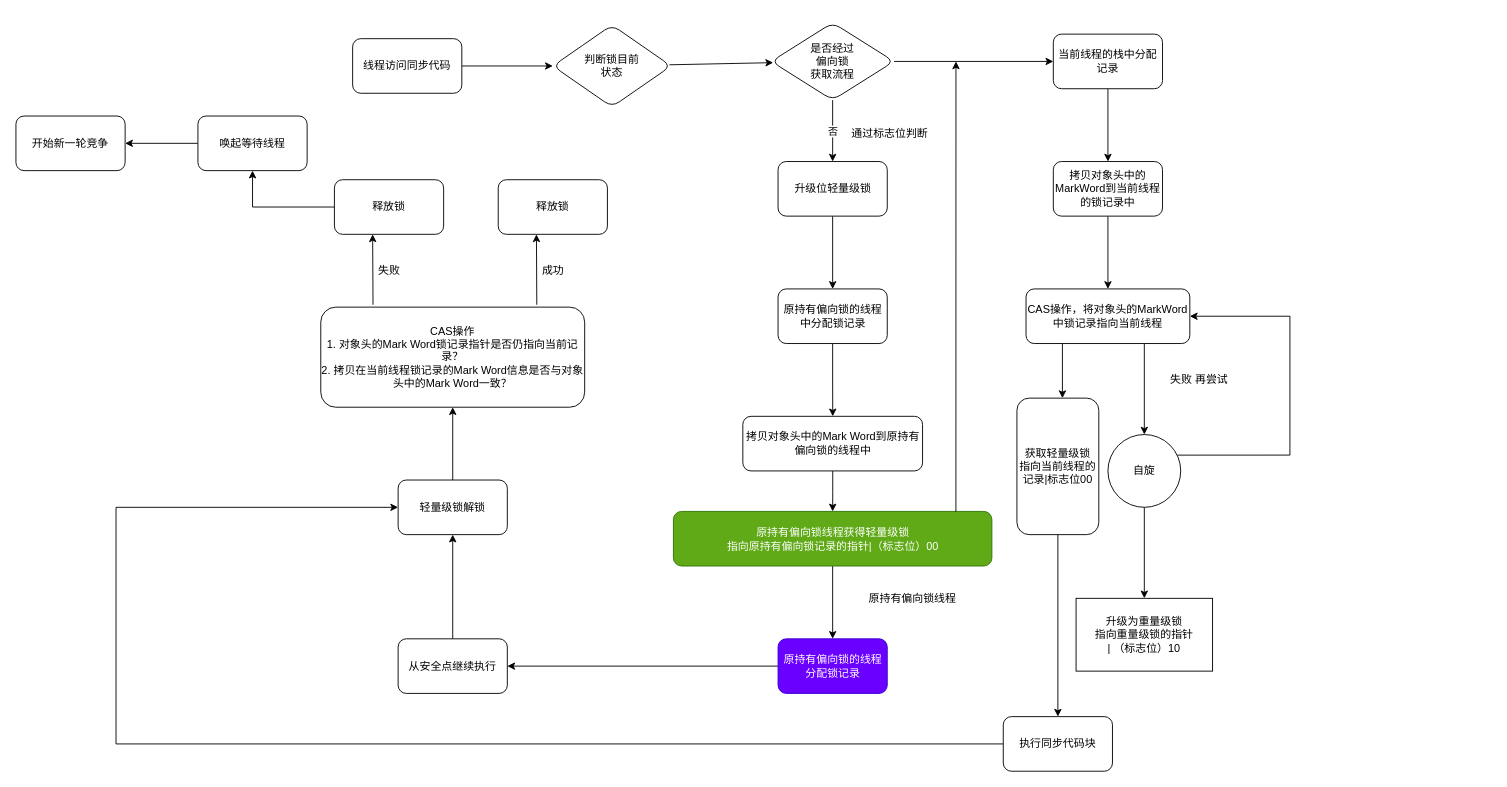
This is page "重量级锁的获取" (3 of 3) of 后端/javaBase/多线程/synchronized原理.drawio from chinazzl/myNote, a draw.io file, before an edit. Source tidied: cells renumbered, new cells numbered last; positions are measured from the earlier drawing's top-left corner, leaving out a move shared by most shapes. Both pictures are drawn from the tidied source at 91%, with x=0, y=0 at pixel (15, 23).
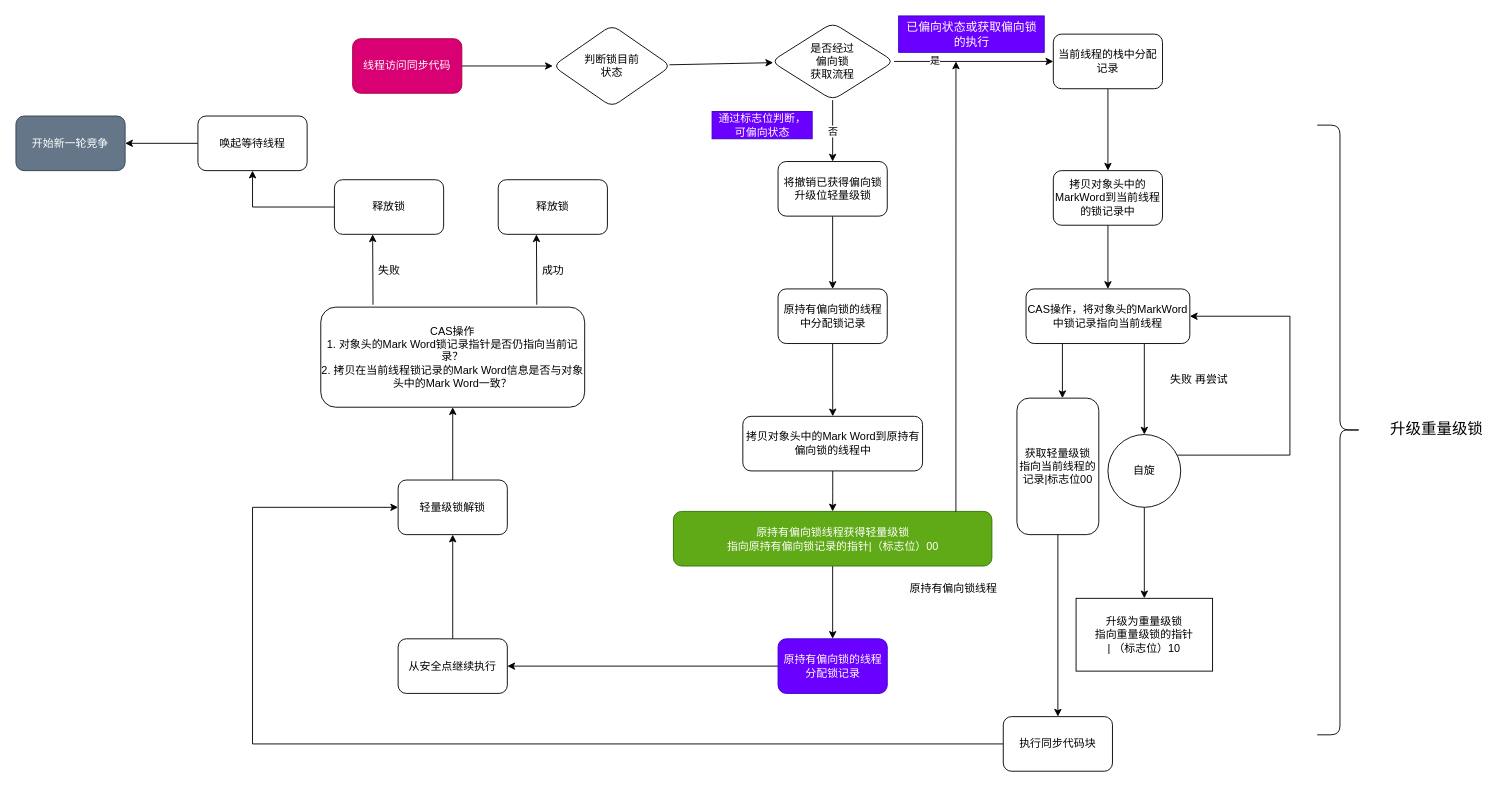
The same page after the edit.

The change refers to these unchanged cells:
```xml
<mxCell id="7" style="edgeStyle=none;html=1;" parent="1" edge="1" source="8" target="12">
  <mxGeometry relative="1" as="geometry" />
</mxCell>
<mxCell id="26" value="执行同步代码块" style="whiteSpace=wrap;html=1;rounded=1;" parent="1" vertex="1">
  <mxGeometry x="1085" y="762" width="120" height="60" as="geometry" />
</mxCell>
<mxCell id="40" value="轻量级锁解锁" style="whiteSpace=wrap;html=1;rounded=1;" parent="1" vertex="1">
  <mxGeometry x="420" y="502" width="120" height="60" as="geometry" />
</mxCell>
```

What changed in the source:
```diff
@@
-    <mxCell id="3" value="线程访问同步代码" style="rounded=1;whiteSpace=wrap;html=1;" parent="1" vertex="1">
+    <mxCell id="3" value="线程访问同步代码" style="rounded=1;whiteSpace=wrap;html=1;fillColor=#d80073;fontColor=#ffffff;strokeColor=#A50040;" parent="1" vertex="1">
       <mxGeometry x="370" y="17" width="120" height="60" as="geometry" />
     </mxCell>
@@
+    <mxCell id="53" value="是" style="edgeLabel;html=1;align=center;verticalAlign=middle;" parent="7" vertex="1">
+      <mxGeometry x="-0.5" y="2" relative="1" as="geometry" />
+    </mxCell>
@@
-    <mxCell id="10" value="升级位轻量级锁" style="whiteSpace=wrap;html=1;rounded=1;" parent="1" vertex="1">
+    <mxCell id="10" value="将撤销已获得偏向锁&lt;br&gt;升级位轻量级锁" style="whiteSpace=wrap;html=1;rounded=1;" parent="1" vertex="1">
       <mxGeometry x="837.5" y="152" width="120" height="60" as="geometry" />
     </mxCell>
@@
     <mxCell id="14" value="拷贝对象头中的MarkWord到当前线程的锁记录中" style="whiteSpace=wrap;html=1;rounded=1;" parent="1" vertex="1">
-      <mxGeometry x="1140" y="152" width="120" height="60" as="geometry" />
+      <mxGeometry x="1140" y="162" width="120" height="60" as="geometry" />
     </mxCell>
@@
     <mxCell id="25" style="edgeStyle=orthogonalEdgeStyle;rounded=0;html=1;entryX=0;entryY=0.5;entryDx=0;entryDy=0;" parent="1" edge="1" source="26" target="40">
       <mxGeometry relative="1" as="geometry">
         <Array as="points">
-          <mxPoint x="110" y="792" />
-          <mxPoint x="110" y="532" />
+          <mxPoint x="260" y="792" />
+          <mxPoint x="260" y="532" />
         </Array>
       </mxGeometry>
     </mxCell>
@@
-    <mxCell id="31" value="通过标志位判断" style="text;html=1;align=center;verticalAlign=middle;strokeColor=none;fillColor=none;" parent="1" vertex="1">
-      <mxGeometry x="910" y="112" width="100" height="20" as="geometry" />
+    <mxCell id="31" value="通过标志位判断，&lt;br&gt;可偏向状态" style="text;html=1;align=center;verticalAlign=middle;strokeColor=#3700CC;fillColor=#6a00ff;fontColor=#ffffff;" parent="1" vertex="1">
+      <mxGeometry x="765" y="97" width="110" height="30" as="geometry" />
     </mxCell>
@@
-    <mxCell id="51" value="开始新一轮竞争" style="rounded=1;whiteSpace=wrap;html=1;" parent="1" vertex="1">
+    <mxCell id="51" value="开始新一轮竞争" style="rounded=1;whiteSpace=wrap;html=1;fillColor=#647687;fontColor=#ffffff;strokeColor=#314354;" parent="1" vertex="1">
       <mxGeometry y="102" width="120" height="60" as="geometry" />
     </mxCell>
     <mxCell id="52" value="原持有偏向锁线程" style="text;html=1;align=center;verticalAlign=middle;strokeColor=none;fillColor=none;" parent="1" vertex="1">
-      <mxGeometry x="930" y="622" width="110" height="20" as="geometry" />
+      <mxGeometry x="975" y="612" width="110" height="20" as="geometry" />
     </mxCell>
+    <mxCell id="54" value="已偏向状态或获取偏向锁&lt;br style=&quot;font-size: 13px;&quot;&gt;的执行&lt;br style=&quot;font-size: 13px;&quot;&gt;" style="text;html=1;align=center;verticalAlign=middle;strokeColor=#3700CC;fillColor=#6a00ff;fontSize=13;fontColor=#ffffff;" parent="1" vertex="1">
+      <mxGeometry x="970" y="-8" width="160" height="40" as="geometry" />
+    </mxCell>
+    <mxCell id="55" style="shape=curlyBracket;whiteSpace=wrap;html=1;rounded=1;flipH=1;" parent="1" vertex="1">
+      <mxGeometry x="1430" y="112" width="50" height="670" as="geometry" />
+    </mxCell>
+    <mxCell id="56" value="&lt;font style=&quot;font-size: 17px&quot;&gt;升级重量级锁&lt;/font&gt;" style="text;html=1;align=center;verticalAlign=middle;strokeColor=none;fillColor=none;" parent="1" vertex="1">
+      <mxGeometry x="1501" y="437" width="120" height="20" as="geometry" />
+    </mxCell>
```
